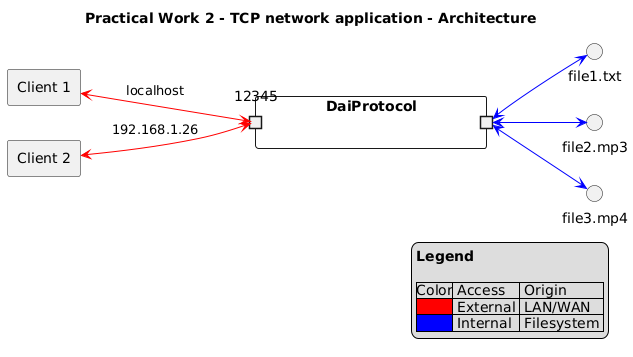
Before: 06.02-practical-work-2-(1-of-6)/01-course-material/images/practical-work-2-tcp-network-application-architecture.png, a diagram exported from PlantUML (heig-vd-dai-course/heig-vd-dai-course). Its source is kept beside it as 06.02-practical-work-2-(1-of-6)/01-course-material/images/practical-work-2-tcp-network-application-architecture.plantuml. The source it was exported from:
```plantuml
@startuml "practical-work-2-tcp-network-application-architecture"
left to right direction

skinparam boxPadding 20
skinparam componentPadding 10
skinparam componentStyle rectangle
skinparam maxMessageSize 300
skinparam noteTextAlignment center
skinparam sequenceMessageAlign direction
skinparam wrapWidth 250

!pragma teoz true

title "Practical Work 2 - TCP network application - Architecture"

interface "file1.txt" as file1
interface "file2.mp3" as file2
interface "file3.mp4" as file3

component DaiProtocol as dp {
    portin 12345
    portout " " as internal
}

component "Client 1" as client1
component "Client 2" as client2

client1 <-[#red]-> 12345 : localhost
client2 <-[#red]-> 12345 : 192.168.1.26


file1 <-up[#blue]-> internal
file2 <-up[#blue]-> internal
file3 <-up[#blue]-> internal

legend right
**Legend**

|Color| Access | Origin |
|<#red>| External | LAN/WAN |
|<#blue>| Internal | Filesystem |
endlegend
@enduml
```
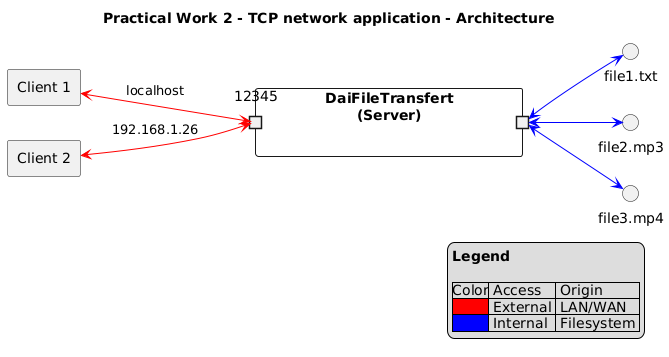
The same file after the commit.

Diff of the diagram source:
```diff
@@ -17,7 +17,7 @@
 interface "file2.mp3" as file2
 interface "file3.mp4" as file3
 
-component DaiProtocol as dp {
+component "DaiFileTransfert\n(Server)" as dp {
     portin 12345
     portout " " as internal
 }
```
